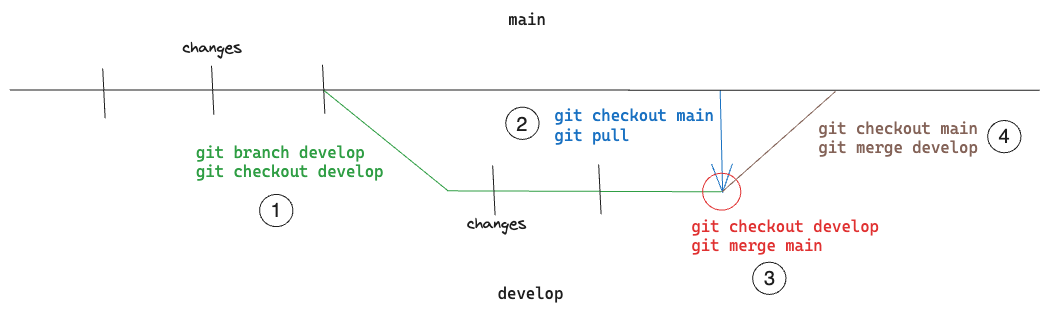
Earlier version of the Excalidraw export images/merging_branches.png (Kibiko/all_cheatsheets). Source tidied: one line per element, renumbered; positions are measured from the earlier drawing's top-left corner, leaving out a move shared by most shapes. The source it was exported from:
```json
{"id": 0, "type": "line", "strokeColor": "#1e1e1e", "strokeWidth": 1, "roughness": 0, "x": 0, "y": 80, "width": 1030, "height": 0, "points": [[0, 0], [1030, 0]]}
{"id": 1, "type": "line", "strokeColor": "#1e1e1e", "strokeWidth": 1, "roughness": 0, "round": true, "x": 93, "y": 59, "width": 2, "height": 49, "points": [[0, 0], [2, 49]]}
{"id": 2, "type": "line", "strokeColor": "#1e1e1e", "strokeWidth": 1, "roughness": 0, "round": true, "x": 202, "y": 56, "width": 2, "height": 49, "points": [[0, 0], [2, 49]]}
{"id": 3, "type": "line", "strokeColor": "#1e1e1e", "strokeWidth": 1, "roughness": 0, "round": true, "x": 313, "y": 55, "width": 2, "height": 49, "points": [[0, 0], [2, 49]]}
{"id": 4, "type": "line", "strokeColor": "#2f9e44", "strokeWidth": 1, "roughness": 0, "x": 314, "y": 81, "width": 397, "height": 101, "points": [[0, 0], [124, 100], [397, 101]]}
{"id": 5, "type": "line", "strokeColor": "#1e1e1e", "strokeWidth": 1, "roughness": 0, "round": true, "x": 483, "y": 156, "width": 2, "height": 49, "points": [[0, 0], [2, 49]]}
{"id": 6, "type": "line", "strokeColor": "#1e1e1e", "strokeWidth": 1, "roughness": 0, "round": true, "x": 589, "y": 155, "width": 2, "height": 49, "points": [[0, 0], [2, 49]]}
{"id": 7, "type": "text", "text": "git branch develop\ngit checkout develop", "strokeColor": "#2f9e44", "strokeWidth": 1, "roughness": 0, "fontSize": 16, "fontFamily": 3, "x": 186, "y": 133, "width": 188, "height": 38}
{"id": 8, "type": "text", "text": "main", "strokeColor": "#1e1e1e", "strokeWidth": 1, "roughness": 0, "fontSize": 16, "fontFamily": 3, "x": 498, "y": 0, "width": 38, "height": 19}
{"id": 9, "type": "text", "text": "develop", "strokeColor": "#1e1e1e", "strokeWidth": 1, "roughness": 0, "fontSize": 16, "fontFamily": 3, "x": 488, "y": 274, "width": 66, "height": 19}
{"id": 10, "type": "arrow", "strokeColor": "#1971c2", "strokeWidth": 1, "roughness": 0, "endArrowhead": "arrow", "from": 11, "x": 710, "y": 81, "width": 2, "height": 101, "points": [[0, 0], [2, 101]]}
{"id": 11, "type": "text", "text": "git checkout main\ngit pull", "strokeColor": "#1971c2", "strokeWidth": 1, "roughness": 0, "fontSize": 16, "fontFamily": 3, "x": 544, "y": 97, "width": 159, "height": 38}
{"id": 12, "type": "text", "text": "git checkout develop\ngit merge main", "strokeColor": "#e03131", "strokeWidth": 1, "roughness": 0, "fontSize": 16, "fontFamily": 3, "x": 681, "y": 207, "width": 188, "height": 38}
{"id": 13, "type": "ellipse", "strokeColor": "#e03131", "strokeWidth": 1, "roughness": 0, "x": 693, "y": 163, "width": 38, "height": 37}
{"id": 14, "type": "text", "text": "git checkout main\ngit merge develop", "strokeColor": "#846358", "strokeWidth": 1, "roughness": 0, "fontSize": 16, "fontFamily": 3, "x": 808, "y": 109, "width": 159, "height": 38}
{"id": 15, "type": "line", "strokeColor": "#846358", "strokeWidth": 1, "roughness": 0, "x": 712, "y": 181, "width": 113, "height": 100, "points": [[0, 0], [113, -100]]}
{"id": 16, "type": "text", "text": "1", "strokeColor": "#1e1e1e", "strokeWidth": 1, "roughness": 0, "fontSize": 20, "fontFamily": 2, "x": 261, "y": 189, "width": 11, "height": 23}
{"id": 17, "type": "text", "text": "2", "strokeColor": "#1e1e1e", "strokeWidth": 1, "roughness": 0, "fontSize": 20, "fontFamily": 2, "x": 506, "y": 103, "width": 11, "height": 23}
{"id": 18, "type": "text", "text": "3", "strokeColor": "#1e1e1e", "strokeWidth": 1, "roughness": 0, "fontSize": 20, "fontFamily": 2, "x": 754, "y": 257, "width": 11, "height": 23}
{"id": 19, "type": "text", "text": "4", "strokeColor": "#1e1e1e", "strokeWidth": 1, "roughness": 0, "fontSize": 20, "fontFamily": 2, "x": 988, "y": 115, "width": 11, "height": 23}
{"id": 20, "type": "ellipse", "strokeColor": "#1e1e1e", "strokeWidth": 1, "roughness": 0, "x": 978, "y": 111, "width": 33, "height": 32}
{"id": 21, "type": "ellipse", "strokeColor": "#1e1e1e", "strokeWidth": 1, "roughness": 0, "x": 743, "y": 252, "width": 33, "height": 32}
{"id": 22, "type": "ellipse", "strokeColor": "#1e1e1e", "strokeWidth": 1, "roughness": 0, "x": 496, "y": 97, "width": 33, "height": 32}
{"id": 23, "type": "ellipse", "strokeColor": "#1e1e1e", "strokeWidth": 1, "roughness": 0, "x": 250, "y": 184, "width": 33, "height": 32}
{"id": 24, "type": "text", "text": "changes", "strokeColor": "#1e1e1e", "strokeWidth": 1, "roughness": 0, "fontSize": 16, "fontFamily": 1, "x": 172, "y": 28, "width": 60, "height": 20}
{"id": 25, "type": "text", "text": "changes", "strokeColor": "#1e1e1e", "strokeWidth": 1, "roughness": 0, "fontSize": 16, "fontFamily": 1, "x": 457, "y": 204, "width": 60, "height": 20}
```
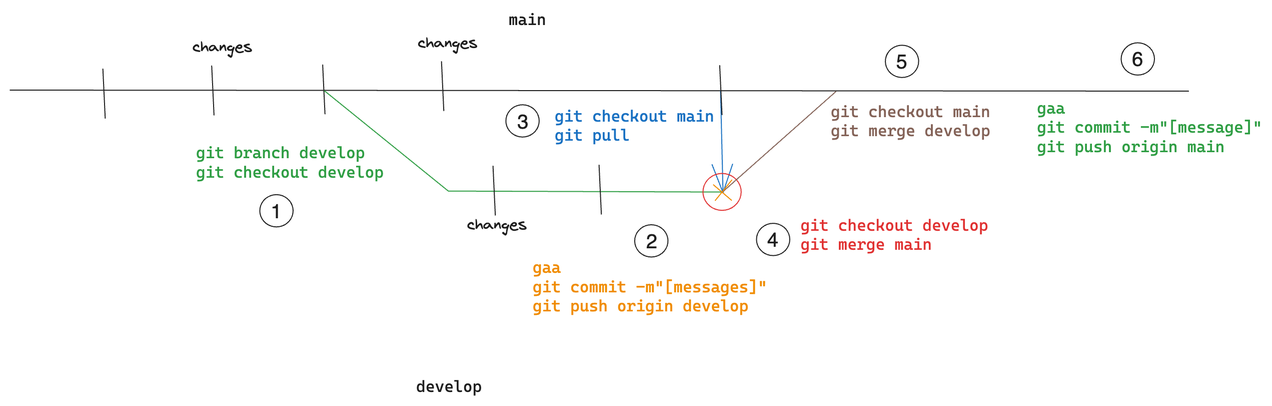
Later version of the same file.

Diff of the diagram source:
```diff
@@ -1,26 +1,37 @@
-{"id": 0, "type": "line", "strokeColor": "#1e1e1e", "strokeWidth": 1, "roughness": 0, "x": 0, "y": 80, "width": 1030, "height": 0, "points": [[0, 0], [1030, 0]]}
+{"id": 0, "type": "line", "strokeColor": "#1e1e1e", "strokeWidth": 1, "roughness": 0, "x": 0, "y": 80, "width": 1178, "height": 1, "points": [[0, 0], [1178, 1]]}
 {"id": 1, "type": "line", "strokeColor": "#1e1e1e", "strokeWidth": 1, "roughness": 0, "round": true, "x": 93, "y": 59, "width": 2, "height": 49, "points": [[0, 0], [2, 49]]}
 {"id": 2, "type": "line", "strokeColor": "#1e1e1e", "strokeWidth": 1, "roughness": 0, "round": true, "x": 202, "y": 56, "width": 2, "height": 49, "points": [[0, 0], [2, 49]]}
-{"id": 3, "type": "line", "strokeColor": "#1e1e1e", "strokeWidth": 1, "roughness": 0, "round": true, "x": 313, "y": 55, "width": 2, "height": 49, "points": [[0, 0], [2, 49]]}
+{"id": 3, "type": "line", "strokeColor": "#1e1e1e", "strokeWidth": 1, "roughness": 0, "round": true, "x": 312, "y": 55, "width": 2, "height": 49, "points": [[0, 0], [2, 49]]}
 {"id": 4, "type": "line", "strokeColor": "#2f9e44", "strokeWidth": 1, "roughness": 0, "x": 314, "y": 81, "width": 397, "height": 101, "points": [[0, 0], [124, 100], [397, 101]]}
 {"id": 5, "type": "line", "strokeColor": "#1e1e1e", "strokeWidth": 1, "roughness": 0, "round": true, "x": 483, "y": 156, "width": 2, "height": 49, "points": [[0, 0], [2, 49]]}
 {"id": 6, "type": "line", "strokeColor": "#1e1e1e", "strokeWidth": 1, "roughness": 0, "round": true, "x": 589, "y": 155, "width": 2, "height": 49, "points": [[0, 0], [2, 49]]}
 {"id": 7, "type": "text", "text": "git branch develop\ngit checkout develop", "strokeColor": "#2f9e44", "strokeWidth": 1, "roughness": 0, "fontSize": 16, "fontFamily": 3, "x": 186, "y": 133, "width": 188, "height": 38}
 {"id": 8, "type": "text", "text": "main", "strokeColor": "#1e1e1e", "strokeWidth": 1, "roughness": 0, "fontSize": 16, "fontFamily": 3, "x": 498, "y": 0, "width": 38, "height": 19}
-{"id": 9, "type": "text", "text": "develop", "strokeColor": "#1e1e1e", "strokeWidth": 1, "roughness": 0, "fontSize": 16, "fontFamily": 3, "x": 488, "y": 274, "width": 66, "height": 19}
+{"id": 9, "type": "text", "text": "develop", "strokeColor": "#1e1e1e", "strokeWidth": 1, "roughness": 0, "fontSize": 16, "fontFamily": 3, "x": 406, "y": 366, "width": 66, "height": 19}
 {"id": 10, "type": "arrow", "strokeColor": "#1971c2", "strokeWidth": 1, "roughness": 0, "endArrowhead": "arrow", "from": 11, "x": 710, "y": 81, "width": 2, "height": 101, "points": [[0, 0], [2, 101]]}
 {"id": 11, "type": "text", "text": "git checkout main\ngit pull", "strokeColor": "#1971c2", "strokeWidth": 1, "roughness": 0, "fontSize": 16, "fontFamily": 3, "x": 544, "y": 97, "width": 159, "height": 38}
-{"id": 12, "type": "text", "text": "git checkout develop\ngit merge main", "strokeColor": "#e03131", "strokeWidth": 1, "roughness": 0, "fontSize": 16, "fontFamily": 3, "x": 681, "y": 207, "width": 188, "height": 38}
+{"id": 12, "type": "text", "text": "git checkout develop\ngit merge main", "strokeColor": "#e03131", "strokeWidth": 1, "roughness": 0, "fontSize": 16, "fontFamily": 3, "x": 790, "y": 206, "width": 188, "height": 38}
 {"id": 13, "type": "ellipse", "strokeColor": "#e03131", "strokeWidth": 1, "roughness": 0, "x": 693, "y": 163, "width": 38, "height": 37}
-{"id": 14, "type": "text", "text": "git checkout main\ngit merge develop", "strokeColor": "#846358", "strokeWidth": 1, "roughness": 0, "fontSize": 16, "fontFamily": 3, "x": 808, "y": 109, "width": 159, "height": 38}
+{"id": 14, "type": "text", "text": "git checkout main\ngit merge develop", "strokeColor": "#846358", "strokeWidth": 1, "roughness": 0, "fontSize": 16, "fontFamily": 3, "x": 820, "y": 92, "width": 159, "height": 38}
 {"id": 15, "type": "line", "strokeColor": "#846358", "strokeWidth": 1, "roughness": 0, "x": 712, "y": 181, "width": 113, "height": 100, "points": [[0, 0], [113, -100]]}
 {"id": 16, "type": "text", "text": "1", "strokeColor": "#1e1e1e", "strokeWidth": 1, "roughness": 0, "fontSize": 20, "fontFamily": 2, "x": 261, "y": 189, "width": 11, "height": 23}
-{"id": 17, "type": "text", "text": "2", "strokeColor": "#1e1e1e", "strokeWidth": 1, "roughness": 0, "fontSize": 20, "fontFamily": 2, "x": 506, "y": 103, "width": 11, "height": 23}
+{"id": 17, "type": "text", "text": "2", "strokeColor": "#1e1e1e", "strokeWidth": 1, "roughness": 0, "fontSize": 20, "fontFamily": 2, "x": 636, "y": 219, "width": 11, "height": 23}
-{"id": 18, "type": "text", "text": "3", "strokeColor": "#1e1e1e", "strokeWidth": 1, "roughness": 0, "fontSize": 20, "fontFamily": 2, "x": 754, "y": 257, "width": 11, "height": 23}
+{"id": 18, "type": "text", "text": "3", "strokeColor": "#1e1e1e", "strokeWidth": 1, "roughness": 0, "fontSize": 20, "fontFamily": 2, "x": 507, "y": 99, "width": 11, "height": 23}
-{"id": 19, "type": "text", "text": "4", "strokeColor": "#1e1e1e", "strokeWidth": 1, "roughness": 0, "fontSize": 20, "fontFamily": 2, "x": 988, "y": 115, "width": 11, "height": 23}
+{"id": 19, "type": "text", "text": "4", "strokeColor": "#1e1e1e", "strokeWidth": 1, "roughness": 0, "fontSize": 20, "fontFamily": 2, "x": 757, "y": 217, "width": 11, "height": 23}
-{"id": 20, "type": "ellipse", "strokeColor": "#1e1e1e", "strokeWidth": 1, "roughness": 0, "x": 978, "y": 111, "width": 33, "height": 32}
+{"id": 20, "type": "ellipse", "strokeColor": "#1e1e1e", "strokeWidth": 1, "roughness": 0, "x": 746, "y": 213, "width": 33, "height": 32}
-{"id": 21, "type": "ellipse", "strokeColor": "#1e1e1e", "strokeWidth": 1, "roughness": 0, "x": 743, "y": 252, "width": 33, "height": 32}
+{"id": 21, "type": "ellipse", "strokeColor": "#1e1e1e", "strokeWidth": 1, "roughness": 0, "x": 496, "y": 95, "width": 33, "height": 32}
-{"id": 22, "type": "ellipse", "strokeColor": "#1e1e1e", "strokeWidth": 1, "roughness": 0, "x": 496, "y": 97, "width": 33, "height": 32}
+{"id": 22, "type": "ellipse", "strokeColor": "#1e1e1e", "strokeWidth": 1, "roughness": 0, "x": 624, "y": 214, "width": 33, "height": 32}
 {"id": 23, "type": "ellipse", "strokeColor": "#1e1e1e", "strokeWidth": 1, "roughness": 0, "x": 250, "y": 184, "width": 33, "height": 32}
-{"id": 24, "type": "text", "text": "changes", "strokeColor": "#1e1e1e", "strokeWidth": 1, "roughness": 0, "fontSize": 16, "fontFamily": 1, "x": 172, "y": 28, "width": 60, "height": 20}
+{"id": 24, "type": "text", "text": "changes", "strokeColor": "#1e1e1e", "strokeWidth": 1, "roughness": 0, "fontSize": 16, "fontFamily": 1, "x": 182, "y": 27, "width": 60, "height": 20}
 {"id": 25, "type": "text", "text": "changes", "strokeColor": "#1e1e1e", "strokeWidth": 1, "roughness": 0, "fontSize": 16, "fontFamily": 1, "x": 457, "y": 204, "width": 60, "height": 20}
+{"id": 26, "type": "text", "text": "gaa\ngit commit -m\"[messages]\"\ngit push origin develop", "strokeColor": "#f08c00", "strokeWidth": 1, "roughness": 1, "fontSize": 16, "fontFamily": 3, "x": 522, "y": 248, "width": 234, "height": 58}
+{"id": 27, "type": "line", "strokeColor": "#f08c00", "strokeWidth": 1, "roughness": 0, "x": 721, "y": 170, "width": 17, "height": 20, "points": [[0, 0], [-17, 20]]}
+{"id": 28, "type": "line", "strokeColor": "#f08c00", "strokeWidth": 1, "roughness": 0, "x": 703, "y": 175, "width": 18, "height": 15, "points": [[0, 0], [18, 15]]}
+{"id": 29, "type": "line", "strokeColor": "#1e1e1e", "strokeWidth": 1, "roughness": 0, "round": true, "x": 431, "y": 52, "width": 2, "height": 49, "points": [[0, 0], [2, 49]]}
+{"id": 30, "type": "line", "strokeColor": "#1e1e1e", "strokeWidth": 1, "roughness": 0, "round": true, "x": 709, "y": 55, "width": 2, "height": 49, "points": [[0, 0], [2, 49]]}
+{"id": 31, "type": "text", "text": "changes", "strokeColor": "#1e1e1e", "strokeWidth": 1, "roughness": 0, "fontSize": 16, "fontFamily": 1, "x": 408, "y": 23, "width": 60, "height": 20}
+{"id": 32, "type": "text", "text": "5", "strokeColor": "#1e1e1e", "strokeWidth": 1, "roughness": 0, "fontSize": 20, "fontFamily": 2, "x": 886, "y": 40, "width": 11, "height": 23}
+{"id": 33, "type": "ellipse", "strokeColor": "#1e1e1e", "strokeWidth": 1, "roughness": 0, "x": 875, "y": 35, "width": 33, "height": 32}
+{"id": 34, "type": "text", "text": "6", "strokeColor": "#1e1e1e", "strokeWidth": 1, "roughness": 0, "fontSize": 20, "fontFamily": 2, "x": 1121, "y": 37, "width": 11, "height": 23}
+{"id": 35, "type": "ellipse", "strokeColor": "#1e1e1e", "strokeWidth": 1, "roughness": 0, "x": 1111, "y": 33, "width": 33, "height": 32}
+{"id": 36, "type": "text", "text": "gaa \ngit commit -m\"[message]\"\ngit push origin main", "strokeColor": "#2f9e44", "strokeWidth": 1, "roughness": 0, "fontSize": 16, "fontFamily": 3, "x": 1026, "y": 89, "width": 225, "height": 58}
```
